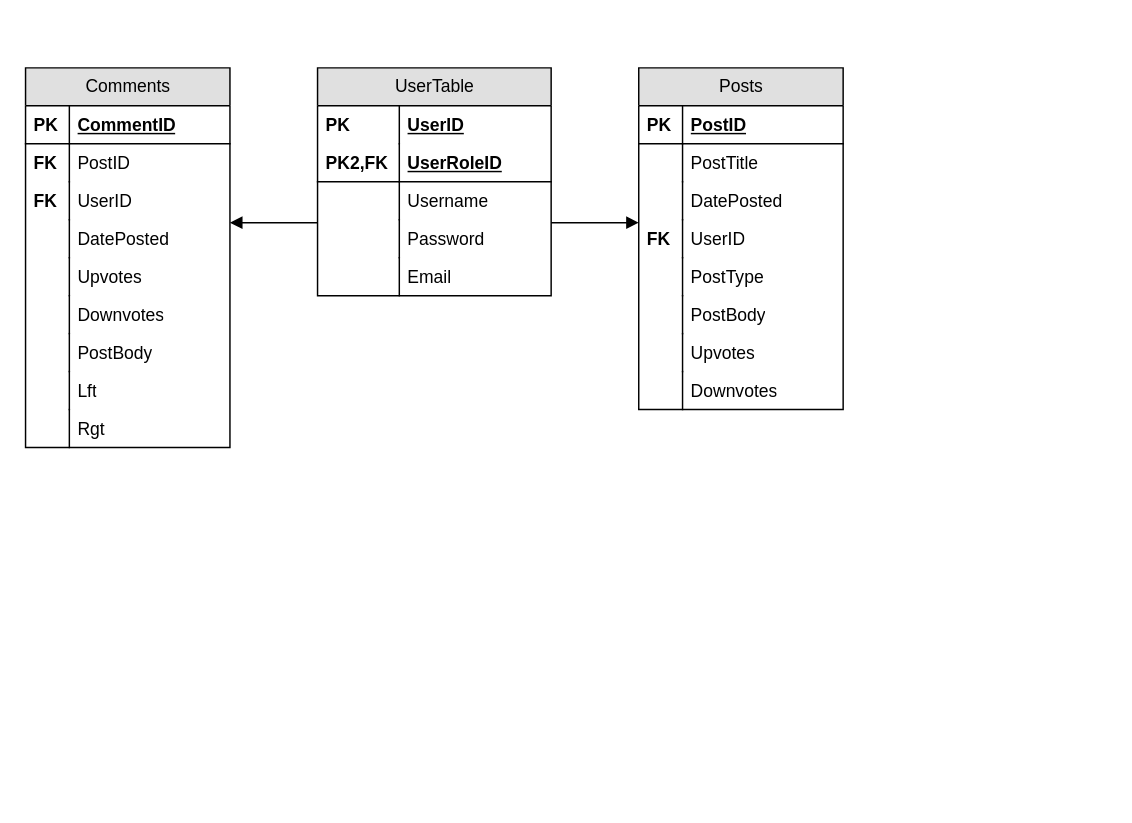
Above: notReddit_ERD.drawio in AlexZ-343/reddit-full-stack (draw.io), before the change. Source tidied: cells renumbered, new cells numbered last; positions are measured from the earlier drawing's top-left corner, leaving out a move shared by most shapes. Both pictures are drawn from the tidied source at 146%, with x=0, y=0 at pixel (25, 67).
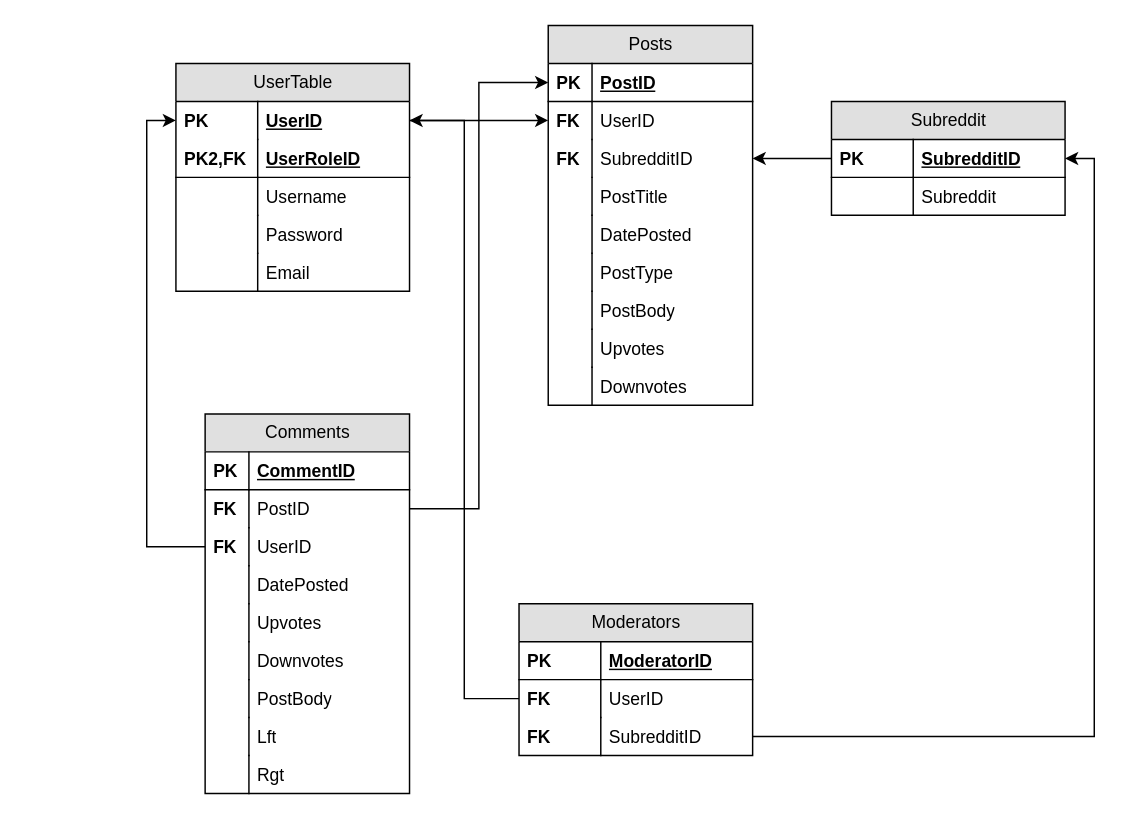
Above is the later version.

Unchanged cells that the change refers to:
```xml
<mxCell id="5" value="PostID" style="shape=partialRectangle;top=0;left=0;right=0;bottom=0;html=1;align=left;verticalAlign=top;fillColor=none;spacingLeft=34;spacingRight=4;whiteSpace=wrap;overflow=hidden;points=[[0,0.5],[1,0.5]];portConstraint=eastwest;" parent="2" vertex="1">
  <mxGeometry y="52" width="140" height="26" as="geometry" />
</mxCell>
<mxCell id="7" value="UserID" style="shape=partialRectangle;top=0;left=0;right=0;bottom=0;html=1;align=left;verticalAlign=top;fillColor=none;spacingLeft=34;spacingRight=4;whiteSpace=wrap;overflow=hidden;points=[[0,0.5],[1,0.5]];portConstraint=eastwest;" parent="2" vertex="1">
  <mxGeometry y="78" width="140" height="26" as="geometry" />
</mxCell>
<mxCell id="22" value="UserID" style="shape=partialRectangle;top=0;left=0;right=0;bottom=0;html=1;align=left;verticalAlign=top;fillColor=none;spacingLeft=60;spacingRight=4;whiteSpace=wrap;overflow=hidden;points=[[0,0.5],[1,0.5]];portConstraint=eastwest;fontStyle=5;" parent="21" vertex="1">
  <mxGeometry y="26" width="160" height="26" as="geometry" />
</mxCell>
<mxCell id="33" value="PostID" style="shape=partialRectangle;top=0;left=0;right=0;bottom=1;html=1;align=left;verticalAlign=top;fillColor=none;spacingLeft=34;spacingRight=4;whiteSpace=wrap;overflow=hidden;points=[[0,0.5],[1,0.5]];portConstraint=eastwest;fontStyle=5;" parent="32" vertex="1">
  <mxGeometry y="26" width="140" height="26" as="geometry" />
</mxCell>
```

Change to the diagram source:
```diff
@@
     <mxCell id="2" value="Comments" style="swimlane;html=1;fontStyle=0;horizontal=1;startSize=26;fillColor=#e0e0e0;swimlaneFillColor=#ffffff;" parent="1" vertex="1">
-      <mxGeometry width="140" height="260" as="geometry" />
+      <mxGeometry x="123" y="237" width="140" height="260" as="geometry" />
     </mxCell>
@@
     <mxCell id="21" value="UserTable" style="swimlane;html=1;fontStyle=0;horizontal=1;startSize=26;fillColor=#e0e0e0;swimlaneFillColor=#ffffff;" parent="1" vertex="1">
-      <mxGeometry x="200" width="160" height="156" as="geometry" />
+      <mxGeometry x="103" y="-3" width="160" height="156" as="geometry" />
     </mxCell>
@@
     <mxCell id="32" value="Posts" style="swimlane;html=1;fontStyle=0;horizontal=1;startSize=26;fillColor=#e0e0e0;swimlaneFillColor=#ffffff;" parent="1" vertex="1">
-      <mxGeometry x="420" width="140" height="234" as="geometry" />
+      <mxGeometry x="358" y="-29" width="140" height="260" as="geometry" />
     </mxCell>
@@
+    <mxCell id="39" value="UserID" style="shape=partialRectangle;top=0;left=0;right=0;bottom=0;html=1;align=left;verticalAlign=top;fillColor=none;spacingLeft=34;spacingRight=4;whiteSpace=wrap;overflow=hidden;points=[[0,0.5],[1,0.5]];portConstraint=eastwest;" parent="32" vertex="1">
+      <mxGeometry y="52" width="140" height="26" as="geometry" />
+    </mxCell>
+    <mxCell id="40" value="&lt;b&gt;FK&lt;/b&gt;" style="shape=partialRectangle;top=0;left=0;bottom=0;html=1;fillColor=none;align=left;verticalAlign=top;spacingLeft=4;spacingRight=4;whiteSpace=wrap;overflow=hidden;" parent="39" vertex="1">
+      <mxGeometry width="30" height="26" as="geometry" />
+    </mxCell>
+    <mxCell id="51" value="SubredditID" style="shape=partialRectangle;top=0;left=0;right=0;bottom=0;html=1;align=left;verticalAlign=top;fillColor=none;spacingLeft=34;spacingRight=4;whiteSpace=wrap;overflow=hidden;points=[[0,0.5],[1,0.5]];portConstraint=eastwest;" parent="32" vertex="1">
+      <mxGeometry y="78" width="140" height="26" as="geometry" />
+    </mxCell>
+    <mxCell id="52" value="&lt;b&gt;FK&lt;/b&gt;" style="shape=partialRectangle;top=0;left=0;bottom=0;html=1;fillColor=none;align=left;verticalAlign=top;spacingLeft=4;spacingRight=4;whiteSpace=wrap;overflow=hidden;" parent="51" vertex="1">
+      <mxGeometry width="30" height="26" as="geometry" />
+    </mxCell>
     <mxCell id="35" value="PostTitle" style="shape=partialRectangle;top=0;left=0;right=0;bottom=0;html=1;align=left;verticalAlign=top;fillColor=none;spacingLeft=34;spacingRight=4;whiteSpace=wrap;overflow=hidden;" parent="32" vertex="1">
-      <mxGeometry y="52" width="140" height="26" as="geometry" />
+      <mxGeometry y="104" width="140" height="26" as="geometry" />
     </mxCell>
@@
     <mxCell id="37" value="DatePosted" style="shape=partialRectangle;top=0;left=0;right=0;bottom=0;html=1;align=left;verticalAlign=top;fillColor=none;spacingLeft=34;spacingRight=4;whiteSpace=wrap;overflow=hidden;" parent="32" vertex="1">
-      <mxGeometry y="78" width="140" height="26" as="geometry" />
+      <mxGeometry y="130" width="140" height="26" as="geometry" />
     </mxCell>
@@
-    <mxCell id="39" value="UserID" style="shape=partialRectangle;top=0;left=0;right=0;bottom=0;html=1;align=left;verticalAlign=top;fillColor=none;spacingLeft=34;spacingRight=4;whiteSpace=wrap;overflow=hidden;points=[[0,0.5],[1,0.5]];portConstraint=eastwest;" parent="32" vertex="1">
-      <mxGeometry y="104" width="140" height="26" as="geometry" />
-    </mxCell>
-    <mxCell id="40" value="&lt;b&gt;FK&lt;/b&gt;" style="shape=partialRectangle;top=0;left=0;bottom=0;html=1;fillColor=none;align=left;verticalAlign=top;spacingLeft=4;spacingRight=4;whiteSpace=wrap;overflow=hidden;" parent="39" vertex="1">
-      <mxGeometry width="30" height="26" as="geometry" />
-    </mxCell>
     <mxCell id="41" value="PostType" style="shape=partialRectangle;top=0;left=0;right=0;bottom=0;html=1;align=left;verticalAlign=top;fillColor=none;spacingLeft=34;spacingRight=4;whiteSpace=wrap;overflow=hidden;" parent="32" vertex="1">
-      <mxGeometry y="130" width="140" height="26" as="geometry" />
+      <mxGeometry y="156" width="140" height="26" as="geometry" />
     </mxCell>
@@
     <mxCell id="43" value="PostBody" style="shape=partialRectangle;top=0;left=0;right=0;bottom=0;html=1;align=left;verticalAlign=top;fillColor=none;spacingLeft=34;spacingRight=4;whiteSpace=wrap;overflow=hidden;" parent="32" vertex="1">
-      <mxGeometry y="156" width="140" height="26" as="geometry" />
+      <mxGeometry y="182" width="140" height="26" as="geometry" />
     </mxCell>
@@
     <mxCell id="45" value="Upvotes" style="shape=partialRectangle;top=0;left=0;right=0;bottom=0;html=1;align=left;verticalAlign=top;fillColor=none;spacingLeft=34;spacingRight=4;whiteSpace=wrap;overflow=hidden;" parent="32" vertex="1">
-      <mxGeometry y="182" width="140" height="26" as="geometry" />
+      <mxGeometry y="208" width="140" height="26" as="geometry" />
     </mxCell>
@@
     <mxCell id="47" value="Downvotes" style="shape=partialRectangle;top=0;left=0;right=0;bottom=0;html=1;align=left;verticalAlign=top;fillColor=none;spacingLeft=34;spacingRight=4;whiteSpace=wrap;overflow=hidden;" parent="32" vertex="1">
-      <mxGeometry y="208" width="140" height="26" as="geometry" />
+      <mxGeometry y="234" width="140" height="26" as="geometry" />
     </mxCell>
@@
-    <mxCell id="49" style="edgeStyle=orthogonalEdgeStyle;rounded=0;html=1;endArrow=block;endFill=1;" parent="1" edge="1" source="21" target="2">
-      <mxGeometry relative="1" as="geometry">
-        <Array as="points">
-          <mxPoint x="170" y="106" />
-          <mxPoint x="170" y="106" />
-        </Array>
-      </mxGeometry>
-    </mxCell>
-    <mxCell id="50" style="edgeStyle=orthogonalEdgeStyle;rounded=0;html=1;endArrow=block;endFill=1;" parent="1" edge="1" source="21" target="32">
-      <mxGeometry relative="1" as="geometry">
-        <Array as="points">
-          <mxPoint x="390" y="106" />
-          <mxPoint x="390" y="106" />
-        </Array>
-      </mxGeometry>
-    </mxCell>
+    <mxCell id="53" style="edgeStyle=orthogonalEdgeStyle;rounded=0;jettySize=auto;html=1;" parent="1" edge="1" source="54" target="51">
+      <mxGeometry relative="1" as="geometry" />
+    </mxCell>
+    <mxCell id="54" value="Subreddit" style="swimlane;html=1;fontStyle=0;horizontal=1;startSize=26;fillColor=#e0e0e0;swimlaneFillColor=#ffffff;" parent="1" vertex="1">
+      <mxGeometry x="552" y="23" width="160" height="78" as="geometry" />
+    </mxCell>
+    <mxCell id="55" value="SubredditID" style="shape=partialRectangle;top=0;left=0;right=0;bottom=1;html=1;align=left;verticalAlign=top;fillColor=none;spacingLeft=60;spacingRight=4;whiteSpace=wrap;overflow=hidden;points=[[0,0.5],[1,0.5]];portConstraint=eastwest;fontStyle=5;" parent="54" vertex="1">
+      <mxGeometry y="26" width="160" height="26" as="geometry" />
+    </mxCell>
+    <mxCell id="56" value="PK" style="shape=partialRectangle;top=0;left=0;bottom=0;html=1;fillColor=none;align=left;verticalAlign=top;spacingLeft=4;spacingRight=4;whiteSpace=wrap;overflow=hidden;fontStyle=1;" parent="55" vertex="1">
+      <mxGeometry width="56" height="26" as="geometry" />
+    </mxCell>
+    <mxCell id="57" value="Subreddit" style="shape=partialRectangle;top=0;left=0;right=0;bottom=0;html=1;align=left;verticalAlign=top;fillColor=none;spacingLeft=60;spacingRight=4;whiteSpace=wrap;overflow=hidden;fontStyle=0;" parent="54" vertex="1">
+      <mxGeometry y="52" width="160" height="26" as="geometry" />
+    </mxCell>
+    <mxCell id="58" style="shape=partialRectangle;top=0;left=0;bottom=0;html=1;fillColor=none;align=left;verticalAlign=top;spacingLeft=4;spacingRight=4;whiteSpace=wrap;overflow=hidden;fontStyle=1;" parent="57" vertex="1">
+      <mxGeometry width="56" height="26" as="geometry" />
+    </mxCell>
+    <mxCell id="59" style="edgeStyle=orthogonalEdgeStyle;rounded=0;jettySize=auto;html=1;exitX=1;exitY=0.5;exitDx=0;exitDy=0;entryX=0;entryY=0.5;entryDx=0;entryDy=0;" parent="1" edge="1" source="22" target="39">
+      <mxGeometry relative="1" as="geometry" />
+    </mxCell>
+    <mxCell id="60" style="edgeStyle=orthogonalEdgeStyle;rounded=0;jettySize=auto;html=1;exitX=0;exitY=0.5;exitDx=0;exitDy=0;entryX=0;entryY=0.5;entryDx=0;entryDy=0;" parent="1" edge="1" source="7" target="22">
+      <mxGeometry relative="1" as="geometry" />
+    </mxCell>
+    <mxCell id="61" style="edgeStyle=orthogonalEdgeStyle;rounded=0;jettySize=auto;html=1;entryX=0;entryY=0.5;entryDx=0;entryDy=0;" parent="1" edge="1" source="5" target="33">
+      <mxGeometry relative="1" as="geometry" />
+    </mxCell>
+    <mxCell id="62" value="Moderators" style="swimlane;html=1;fontStyle=0;horizontal=1;startSize=26;fillColor=#e0e0e0;swimlaneFillColor=#ffffff;" parent="1" vertex="1">
+      <mxGeometry x="338" y="367" width="160" height="104" as="geometry" />
+    </mxCell>
+    <mxCell id="63" value="ModeratorID" style="shape=partialRectangle;top=0;left=0;right=0;bottom=1;html=1;align=left;verticalAlign=top;fillColor=none;spacingLeft=60;spacingRight=4;whiteSpace=wrap;overflow=hidden;fontStyle=5;" parent="62" vertex="1">
+      <mxGeometry y="26" width="160" height="26" as="geometry" />
+    </mxCell>
+    <mxCell id="64" value="PK" style="shape=partialRectangle;top=0;left=0;bottom=0;html=1;fillColor=none;align=left;verticalAlign=top;spacingLeft=4;spacingRight=4;whiteSpace=wrap;overflow=hidden;fontStyle=1;" parent="63" vertex="1">
+      <mxGeometry width="56" height="26" as="geometry" />
+    </mxCell>
+    <mxCell id="65" value="UserID" style="shape=partialRectangle;top=0;left=0;right=0;bottom=0;html=1;align=left;verticalAlign=top;fillColor=none;spacingLeft=60;spacingRight=4;whiteSpace=wrap;overflow=hidden;points=[[0,0.5],[1,0.5]];portConstraint=eastwest;fontStyle=0;" parent="62" vertex="1">
+      <mxGeometry y="52" width="160" height="26" as="geometry" />
+    </mxCell>
+    <mxCell id="66" value="FK" style="shape=partialRectangle;top=0;left=0;bottom=0;html=1;fillColor=none;align=left;verticalAlign=top;spacingLeft=4;spacingRight=4;whiteSpace=wrap;overflow=hidden;fontStyle=1;" parent="65" vertex="1">
+      <mxGeometry width="56" height="26" as="geometry" />
+    </mxCell>
+    <mxCell id="67" value="SubredditID" style="shape=partialRectangle;top=0;left=0;right=0;bottom=0;html=1;align=left;verticalAlign=top;fillColor=none;spacingLeft=60;spacingRight=4;whiteSpace=wrap;overflow=hidden;points=[[0,0.5],[1,0.5]];portConstraint=eastwest;fontStyle=0;" parent="62" vertex="1">
+      <mxGeometry y="78" width="160" height="26" as="geometry" />
+    </mxCell>
+    <mxCell id="68" value="FK" style="shape=partialRectangle;top=0;left=0;bottom=0;html=1;fillColor=none;align=left;verticalAlign=top;spacingLeft=4;spacingRight=4;whiteSpace=wrap;overflow=hidden;fontStyle=1;" parent="67" vertex="1">
+      <mxGeometry width="56" height="26" as="geometry" />
+    </mxCell>
+    <mxCell id="69" style="edgeStyle=orthogonalEdgeStyle;rounded=0;jettySize=auto;html=1;exitX=0;exitY=0.5;exitDx=0;exitDy=0;" parent="1" edge="1" source="65" target="22">
+      <mxGeometry relative="1" as="geometry" />
+    </mxCell>
+    <mxCell id="70" style="edgeStyle=orthogonalEdgeStyle;rounded=0;jettySize=auto;html=1;exitX=1;exitY=0.5;exitDx=0;exitDy=0;entryX=1;entryY=0.5;entryDx=0;entryDy=0;" parent="1" edge="1" source="67" target="55">
+      <mxGeometry relative="1" as="geometry" />
+    </mxCell>
```
